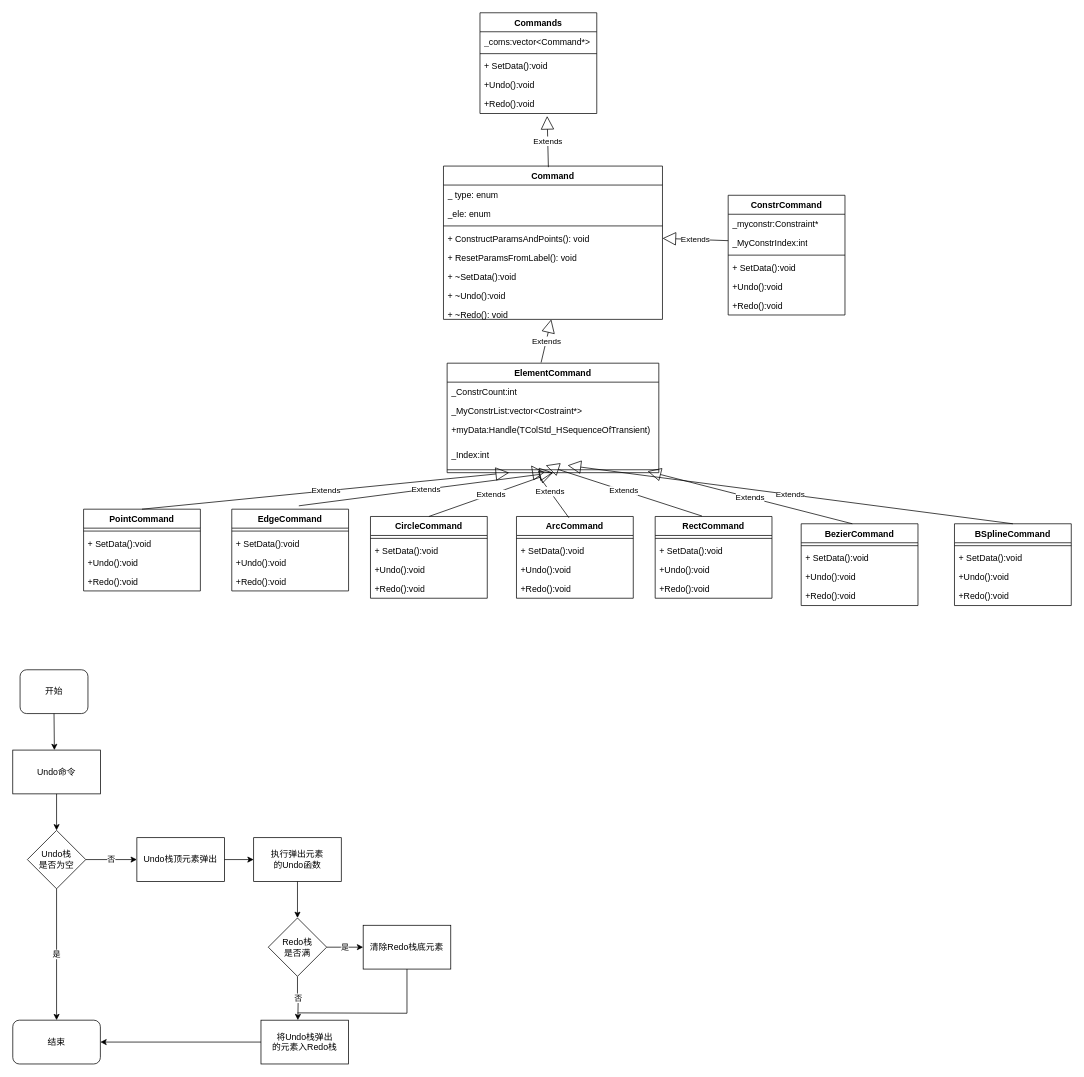
Before: 移动类图.drawio in liuhuliuhu123/First-test, a draw.io diagram. Source tidied: cells renumbered, new cells numbered last; positions are measured from the earlier drawing's top-left corner, leaving out a move shared by most shapes. Both pictures are drawn from the tidied source at 73%, with x=0, y=0 at pixel (12, 12).
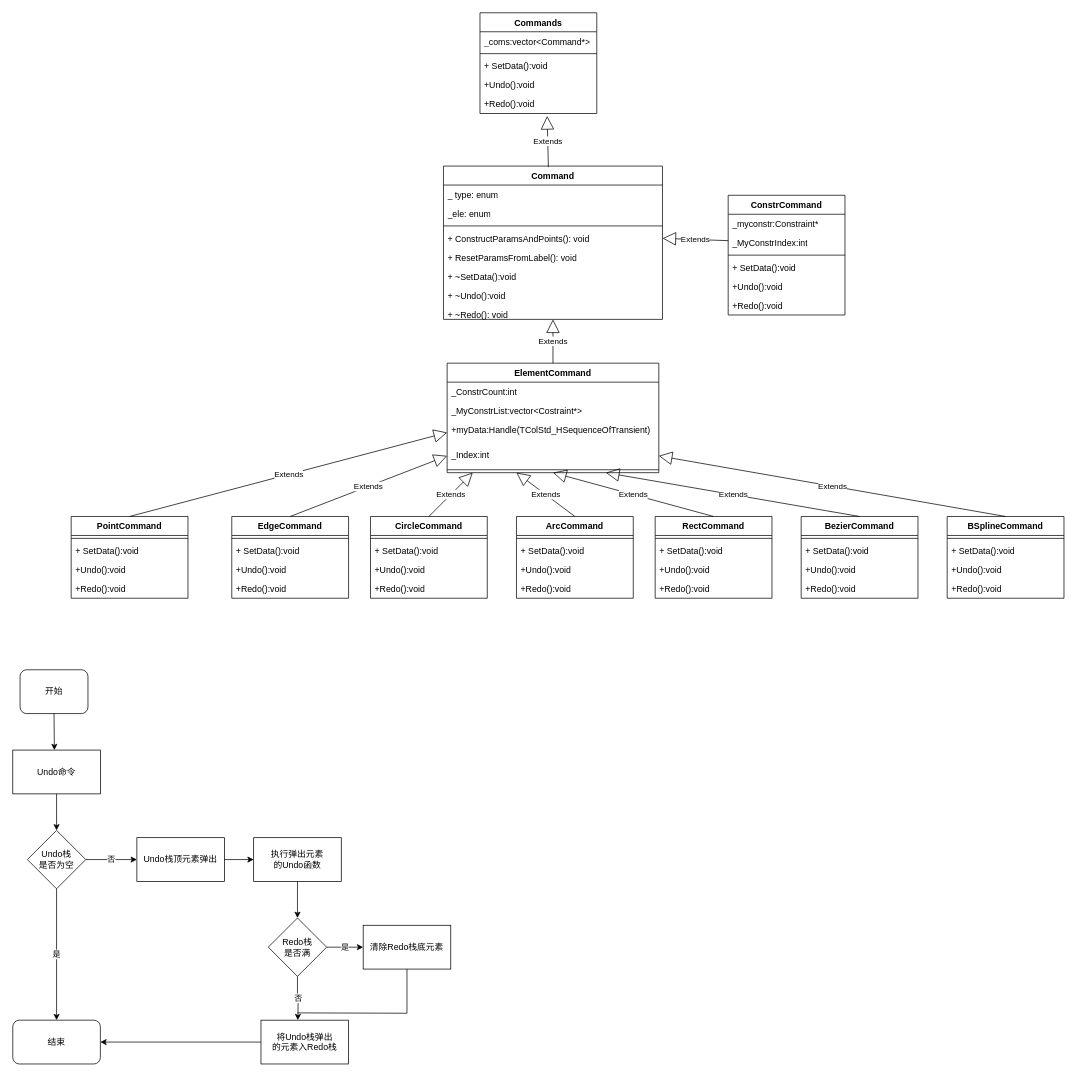
After the change.

Commit message:
Undo/Redo命令类和undo流程图.drawio

Unchanged cells that the change refers to:
```xml
<mxCell id="10" value="+ ~Redo(): void" style="text;strokeColor=none;fillColor=none;align=left;verticalAlign=top;spacingLeft=4;spacingRight=4;overflow=hidden;points=[[0,0.5],[1,0.5]];portConstraint=eastwest;whiteSpace=wrap;html=1;" parent="2" vertex="1">
  <mxGeometry y="190" width="300" height="20" as="geometry" />
</mxCell>
<mxCell id="18" value="ElementCommand" style="swimlane;fontStyle=1;align=center;verticalAlign=top;horizontal=1;startSize=26;whiteSpace=wrap;html=1;" parent="1" vertex="1">
  <mxGeometry x="595" y="480" width="290" height="150" as="geometry" />
</mxCell>
<mxCell id="21" value="+myData:Handle(TColStd_HSequenceOfTransient)" style="text;strokeColor=none;fillColor=none;align=left;verticalAlign=top;spacingLeft=4;spacingRight=4;overflow=hidden;points=[[0,0.5],[1,0.5]];portConstraint=eastwest;whiteSpace=wrap;html=1;" parent="18" vertex="1">
  <mxGeometry y="78" width="290" height="34" as="geometry" />
</mxCell>
<mxCell id="22" value="_Index:int" style="text;strokeColor=none;fillColor=none;align=left;verticalAlign=top;spacingLeft=4;spacingRight=4;overflow=hidden;points=[[0,0.5],[1,0.5]];portConstraint=eastwest;whiteSpace=wrap;html=1;" parent="18" vertex="1">
  <mxGeometry y="112" width="290" height="30" as="geometry" />
</mxCell>
<mxCell id="23" style="line;strokeWidth=1;fillColor=none;align=left;verticalAlign=middle;spacingTop=-1;spacingLeft=3;spacingRight=3;labelPosition=right;points=[];portConstraint=eastwest;strokeColor=inherit;" parent="18" vertex="1">
  <mxGeometry y="142" width="290" height="8" as="geometry" />
</mxCell>
<mxCell id="40" value="CircleCommand" style="swimlane;fontStyle=1;align=center;verticalAlign=top;horizontal=1;startSize=26;whiteSpace=wrap;html=1;" parent="1" vertex="1">
  <mxGeometry x="490" y="690" width="160" height="112" as="geometry" />
</mxCell>
<mxCell id="45" value="ArcCommand" style="swimlane;fontStyle=1;align=center;verticalAlign=top;horizontal=1;startSize=26;whiteSpace=wrap;html=1;" parent="1" vertex="1">
  <mxGeometry x="690" y="690" width="160" height="112" as="geometry" />
</mxCell>
<mxCell id="50" value="RectCommand" style="swimlane;fontStyle=1;align=center;verticalAlign=top;horizontal=1;startSize=26;whiteSpace=wrap;html=1;" parent="1" vertex="1">
  <mxGeometry x="880" y="690" width="160" height="112" as="geometry" />
</mxCell>
```

Diff of the diagram source:
```diff
@@
     <mxCell id="24" value="PointCommand" style="swimlane;fontStyle=1;align=center;verticalAlign=top;horizontal=1;startSize=26;whiteSpace=wrap;html=1;" parent="1" vertex="1">
-      <mxGeometry x="97" y="680" width="160" height="112" as="geometry" />
+      <mxGeometry x="80" y="690" width="160" height="112" as="geometry" />
     </mxCell>
@@
     <mxCell id="29" value="EdgeCommand" style="swimlane;fontStyle=1;align=center;verticalAlign=top;horizontal=1;startSize=26;whiteSpace=wrap;html=1;" parent="1" vertex="1">
-      <mxGeometry x="300" y="680" width="160" height="112" as="geometry" />
+      <mxGeometry x="300" y="690" width="160" height="112" as="geometry" />
     </mxCell>
@@
     <mxCell id="55" value="BezierCommand" style="swimlane;fontStyle=1;align=center;verticalAlign=top;horizontal=1;startSize=26;whiteSpace=wrap;html=1;" parent="1" vertex="1">
-      <mxGeometry x="1080" y="700" width="160" height="112" as="geometry" />
+      <mxGeometry x="1080" y="690" width="160" height="112" as="geometry" />
     </mxCell>
@@
     <mxCell id="60" value="BSplineCommand" style="swimlane;fontStyle=1;align=center;verticalAlign=top;horizontal=1;startSize=26;whiteSpace=wrap;html=1;" parent="1" vertex="1">
-      <mxGeometry x="1290" y="700" width="160" height="112" as="geometry" />
+      <mxGeometry x="1280" y="690" width="160" height="112" as="geometry" />
     </mxCell>
@@
-    <mxCell id="67" value="Extends" style="endArrow=block;endSize=16;endFill=0;html=1;rounded=0;exitX=0.574;exitY=-0.041;exitDx=0;exitDy=0;exitPerimeter=0;entryX=0.5;entryY=1;entryDx=0;entryDy=0;" parent="1" edge="1" source="29" target="18">
-      <mxGeometry relative="1" as="geometry" />
-    </mxCell>
-    <mxCell id="68" value="Extends" style="endArrow=block;endSize=16;endFill=0;html=1;rounded=0;exitX=0.5;exitY=0;exitDx=0;exitDy=0;entryX=0.5;entryY=1;entryDx=0;entryDy=0;" parent="1" edge="1" source="40" target="18">
-      <mxGeometry relative="1" as="geometry" />
-    </mxCell>
-    <mxCell id="69" value="Extends" style="endArrow=block;endSize=16;endFill=0;html=1;rounded=0;exitX=0.449;exitY=0.016;exitDx=0;exitDy=0;exitPerimeter=0;" parent="1" edge="1" source="45">
-      <mxGeometry relative="1" as="geometry">
-        <mxPoint x="710" y="620" as="targetPoint" />
-      </mxGeometry>
-    </mxCell>
-    <mxCell id="70" value="Extends" style="endArrow=block;endSize=16;endFill=0;html=1;rounded=0;exitX=0.401;exitY=-0.005;exitDx=0;exitDy=0;exitPerimeter=0;" parent="1" edge="1" source="50">
-      <mxGeometry relative="1" as="geometry">
-        <mxPoint x="730" y="620" as="targetPoint" />
-      </mxGeometry>
-    </mxCell>
-    <mxCell id="71" value="Extends" style="endArrow=block;endSize=16;endFill=0;html=1;rounded=0;exitX=0.5;exitY=0;exitDx=0;exitDy=0;" parent="1" edge="1" source="60">
-      <mxGeometry relative="1" as="geometry">
-        <mxPoint x="760" y="620" as="targetPoint" />
-      </mxGeometry>
-    </mxCell>
-    <mxCell id="72" value="Extends" style="endArrow=block;endSize=16;endFill=0;html=1;rounded=0;exitX=0.438;exitY=0;exitDx=0;exitDy=0;exitPerimeter=0;entryX=0.947;entryY=0.75;entryDx=0;entryDy=0;entryPerimeter=0;" parent="1" edge="1" source="55" target="23">
-      <mxGeometry relative="1" as="geometry" />
-    </mxCell>
-    <mxCell id="73" value="Extends" style="endArrow=block;endSize=16;endFill=0;html=1;rounded=0;exitX=0.5;exitY=0;exitDx=0;exitDy=0;" parent="1" edge="1" source="24">
-      <mxGeometry relative="1" as="geometry">
-        <mxPoint x="680" y="630" as="targetPoint" />
-      </mxGeometry>
-    </mxCell>
@@
-    <mxCell id="93" value="Extends" style="endArrow=block;endSize=16;endFill=0;html=1;rounded=0;exitX=0.444;exitY=-0.006;exitDx=0;exitDy=0;exitPerimeter=0;" parent="1" edge="1" source="18" target="10">
+    <mxCell id="93" value="Extends" style="endArrow=block;endSize=16;endFill=0;html=1;rounded=0;exitX=0.5;exitY=0;exitDx=0;exitDy=0;" parent="1" edge="1" source="18" target="10">
       <mxGeometry relative="1" as="geometry" />
     </mxCell>
+    <mxCell id="94" value="Extends" style="endArrow=block;endSize=16;endFill=0;html=1;rounded=0;exitX=0.5;exitY=0;exitDx=0;exitDy=0;entryX=0;entryY=0.5;entryDx=0;entryDy=0;" parent="1" edge="1" source="24" target="21">
+      <mxGeometry relative="1" as="geometry" />
+    </mxCell>
+    <mxCell id="95" value="Extends" style="endArrow=block;endSize=16;endFill=0;html=1;rounded=0;exitX=0.5;exitY=0;exitDx=0;exitDy=0;entryX=0;entryY=0.5;entryDx=0;entryDy=0;" parent="1" edge="1" source="29" target="22">
+      <mxGeometry relative="1" as="geometry" />
+    </mxCell>
+    <mxCell id="96" value="Extends" style="endArrow=block;endSize=16;endFill=0;html=1;rounded=0;exitX=0.5;exitY=0;exitDx=0;exitDy=0;" parent="1" edge="1" source="40">
+      <mxGeometry relative="1" as="geometry">
+        <mxPoint x="630" y="630" as="targetPoint" />
+      </mxGeometry>
+    </mxCell>
+    <mxCell id="97" value="Extends" style="endArrow=block;endSize=16;endFill=0;html=1;rounded=0;exitX=0.5;exitY=0;exitDx=0;exitDy=0;" parent="1" edge="1" source="45">
+      <mxGeometry relative="1" as="geometry">
+        <mxPoint x="690" y="630" as="targetPoint" />
+      </mxGeometry>
+    </mxCell>
+    <mxCell id="68" value="Extends" style="endArrow=block;endSize=16;endFill=0;html=1;rounded=0;exitX=0.5;exitY=0;exitDx=0;exitDy=0;entryX=0.5;entryY=1;entryDx=0;entryDy=0;" parent="1" edge="1" source="50" target="18">
+      <mxGeometry relative="1" as="geometry" />
+    </mxCell>
+    <mxCell id="98" value="Extends" style="endArrow=block;endSize=16;endFill=0;html=1;rounded=0;exitX=0.5;exitY=0;exitDx=0;exitDy=0;entryX=0.75;entryY=1;entryDx=0;entryDy=0;" parent="1" edge="1" source="55" target="18">
+      <mxGeometry relative="1" as="geometry" />
+    </mxCell>
+    <mxCell id="99" value="Extends" style="endArrow=block;endSize=16;endFill=0;html=1;rounded=0;exitX=0.5;exitY=0;exitDx=0;exitDy=0;entryX=1;entryY=0.5;entryDx=0;entryDy=0;" parent="1" edge="1" source="60" target="22">
+      <mxGeometry relative="1" as="geometry" />
+    </mxCell>
```
